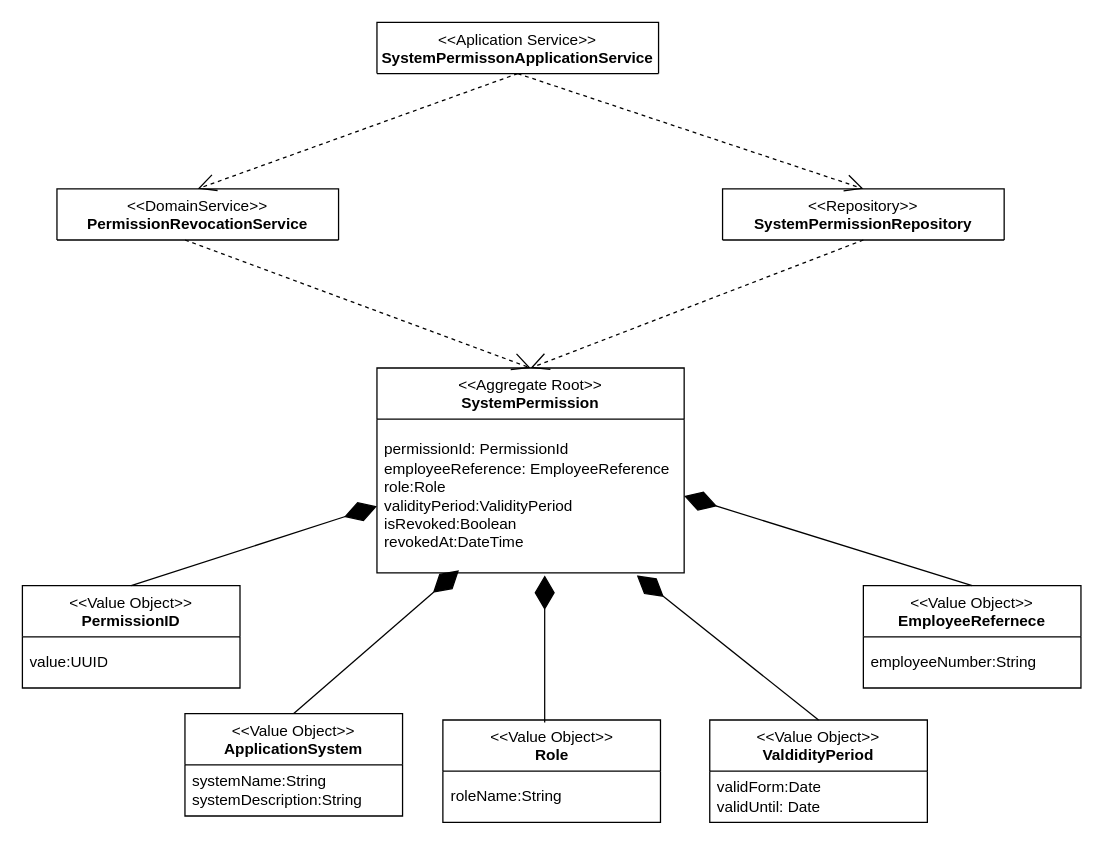
This is uml/authorization-management.drawio from AlexanderCoopmans/FSE-Mitarbeiterverwaltung-Example, a draw.io file, before an edit. Source tidied: cells renumbered, new cells numbered last; positions are measured from the earlier drawing's top-left corner, leaving out a move shared by most shapes. Both pictures are drawn from the tidied source at 128%, with x=0, y=0 at pixel (22, 22).
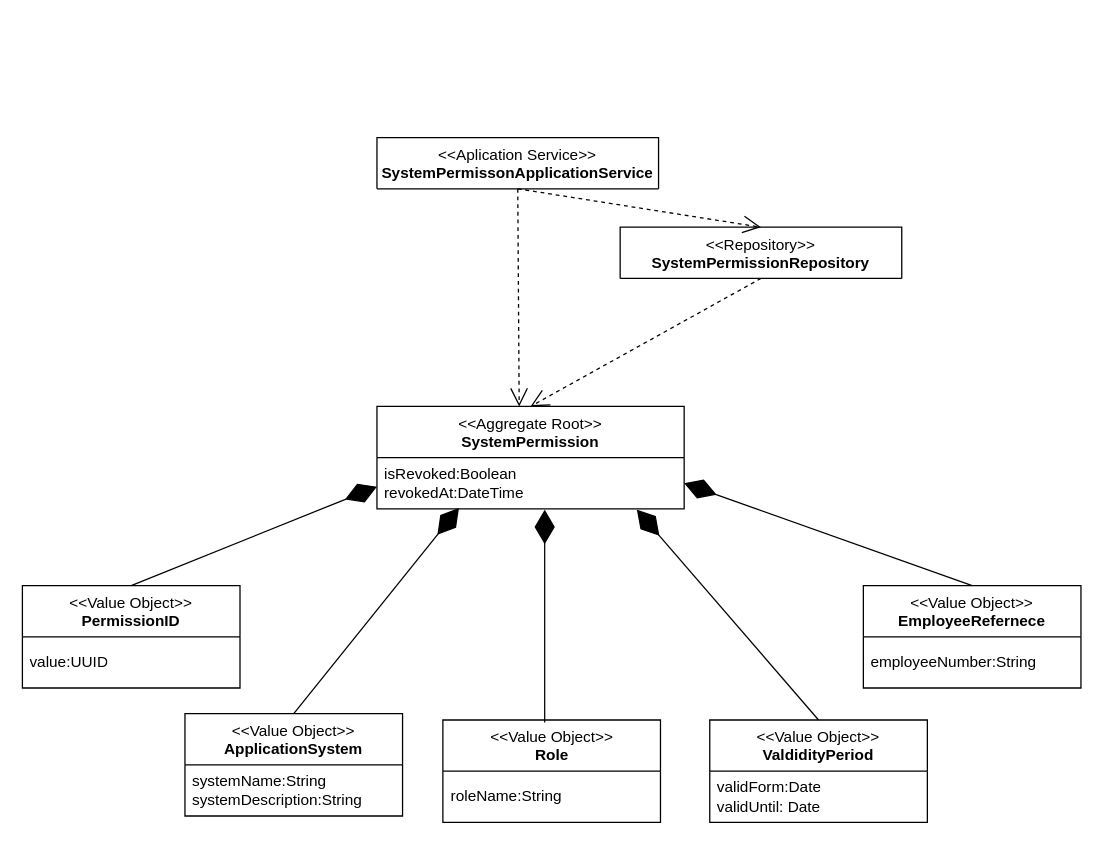
After the change.

Change to the diagram source:
```diff
@@
     <mxCell id="2" value="&amp;lt;&amp;lt;Aplication Service&amp;gt;&amp;gt;&lt;div&gt;&lt;b&gt;SystemPermissonApplicationService&lt;/b&gt;&lt;/div&gt;&lt;div&gt;&lt;br&gt;&lt;/div&gt;" style="swimlane;fontStyle=0;align=center;verticalAlign=top;horizontal=1;startSize=40;html=1;whiteSpace=wrap;" parent="1" vertex="1">
-      <mxGeometry x="277" width="220" height="40" as="geometry" />
+      <mxGeometry x="277" y="90" width="220" height="40" as="geometry" />
     </mxCell>
-    <mxCell id="3" value="&lt;div&gt;&amp;lt;&amp;lt;DomainService&amp;gt;&amp;gt;&lt;div&gt;&lt;b&gt;PermissionRevocationService&lt;/b&gt;&lt;/div&gt;&lt;div&gt;&lt;br&gt;&lt;/div&gt;&lt;/div&gt;" style="swimlane;fontStyle=0;align=center;verticalAlign=top;horizontal=1;startSize=40;html=1;whiteSpace=wrap;" parent="1" vertex="1">
-      <mxGeometry x="27" y="130" width="220" height="40" as="geometry" />
-    </mxCell>
     <mxCell id="4" value="&lt;div&gt;&lt;div&gt;&amp;lt;&amp;lt;Repository&amp;gt;&amp;gt;&lt;div style=&quot;font-weight: 700;&quot;&gt;SystemPermissionRepository&lt;/div&gt;&lt;/div&gt;&lt;/div&gt;" style="swimlane;fontStyle=0;align=center;verticalAlign=top;horizontal=1;startSize=40;html=1;whiteSpace=wrap;" parent="1" vertex="1">
-      <mxGeometry x="547" y="130" width="220" height="40" as="geometry" />
+      <mxGeometry x="467" y="160" width="220" height="40" as="geometry" />
     </mxCell>
     <mxCell id="5" value="&lt;div style=&quot;&quot;&gt;&amp;lt;&amp;lt;Aggregate Root&amp;gt;&amp;gt;&lt;/div&gt;&lt;div style=&quot;font-weight: 700;&quot;&gt;SystemPermission&lt;/div&gt;" style="swimlane;fontStyle=0;align=center;verticalAlign=top;horizontal=1;startSize=40;html=1;whiteSpace=wrap;" parent="1" vertex="1">
-      <mxGeometry x="277" y="270" width="240" height="160" as="geometry" />
+      <mxGeometry x="277" y="300" width="240" height="80" as="geometry" />
     </mxCell>
-    <mxCell id="6" value="permissionId: PermissionId&lt;div&gt;employeeReference: E&lt;span style=&quot;background-color: transparent; color: light-dark(rgb(0, 0, 0), rgb(255, 255, 255));&quot;&gt;mployeeReference&lt;/span&gt;&lt;/div&gt;&lt;div&gt;&lt;span style=&quot;background-color: transparent; color: light-dark(rgb(0, 0, 0), rgb(255, 255, 255));&quot;&gt;role:Role&lt;/span&gt;&lt;/div&gt;&lt;div&gt;&lt;span style=&quot;background-color: transparent; color: light-dark(rgb(0, 0, 0), rgb(255, 255, 255));&quot;&gt;validityPeriod:V&lt;/span&gt;&lt;span style=&quot;background-color: transparent; color: light-dark(rgb(0, 0, 0), rgb(255, 255, 255));&quot;&gt;alidityPeriod&lt;/span&gt;&lt;/div&gt;&lt;div&gt;&lt;span style=&quot;background-color: transparent; color: light-dark(rgb(0, 0, 0), rgb(255, 255, 255));&quot;&gt;isRevoked:Boolean&lt;/span&gt;&lt;/div&gt;&lt;div&gt;&lt;span style=&quot;background-color: transparent; color: light-dark(rgb(0, 0, 0), rgb(255, 255, 255));&quot;&gt;revokedAt:DateTime&lt;/span&gt;&lt;/div&gt;" style="text;html=1;strokeColor=none;fillColor=none;align=left;verticalAlign=middle;spacingLeft=4;spacingRight=4;overflow=hidden;points=[[0,0.5],[1,0.5]];portConstraint=eastwest;whiteSpace=wrap;" parent="5" vertex="1">
-      <mxGeometry y="40" width="240" height="120" as="geometry" />
+    <mxCell id="6" value="&lt;div&gt;&lt;span style=&quot;background-color: transparent; color: light-dark(rgb(0, 0, 0), rgb(255, 255, 255));&quot;&gt;isRevoked:Boolean&lt;/span&gt;&lt;/div&gt;&lt;div&gt;&lt;span style=&quot;background-color: transparent; color: light-dark(rgb(0, 0, 0), rgb(255, 255, 255));&quot;&gt;revokedAt:DateTime&lt;/span&gt;&lt;/div&gt;" style="text;html=1;strokeColor=none;fillColor=none;align=left;verticalAlign=middle;spacingLeft=4;spacingRight=4;overflow=hidden;points=[[0,0.5],[1,0.5]];portConstraint=eastwest;whiteSpace=wrap;" parent="5" vertex="1">
+      <mxGeometry y="40" width="240" height="40" as="geometry" />
     </mxCell>
@@
-    <mxCell id="17" style="endArrow=open;endSize=12;dashed=1;html=1;rounded=0;exitX=0.5;exitY=1;exitDx=0;exitDy=0;entryX=0.5;entryY=0;entryDx=0;entryDy=0;" parent="1" edge="1" source="2" target="3">
+    <mxCell id="17" style="endArrow=open;endSize=12;dashed=1;html=1;rounded=0;exitX=0.5;exitY=1;exitDx=0;exitDy=0;entryX=0.463;entryY=0;entryDx=0;entryDy=0;entryPerimeter=0;" parent="1" edge="1" source="2" target="5">
       <mxGeometry relative="1" as="geometry" />
     </mxCell>
-    <mxCell id="18" style="endArrow=open;endSize=12;dashed=1;html=1;rounded=0;entryX=0.5;entryY=0;entryDx=0;entryDy=0;" parent="1" edge="1" target="4">
-      <mxGeometry relative="1" as="geometry">
-        <mxPoint x="387" y="40" as="sourcePoint" />
-      </mxGeometry>
+    <mxCell id="18" style="endArrow=open;endSize=12;dashed=1;html=1;rounded=0;entryX=0.5;entryY=0;entryDx=0;entryDy=0;exitX=0.5;exitY=1;exitDx=0;exitDy=0;" parent="1" edge="1" source="2" target="4">
+      <mxGeometry relative="1" as="geometry" />
     </mxCell>
@@
-    <mxCell id="20" style="endArrow=open;endSize=12;dashed=1;html=1;rounded=0;entryX=0.5;entryY=0;entryDx=0;entryDy=0;exitX=0.455;exitY=1;exitDx=0;exitDy=0;exitPerimeter=0;" parent="1" edge="1" source="3" target="5">
-      <mxGeometry relative="1" as="geometry" />
-    </mxCell>
```
